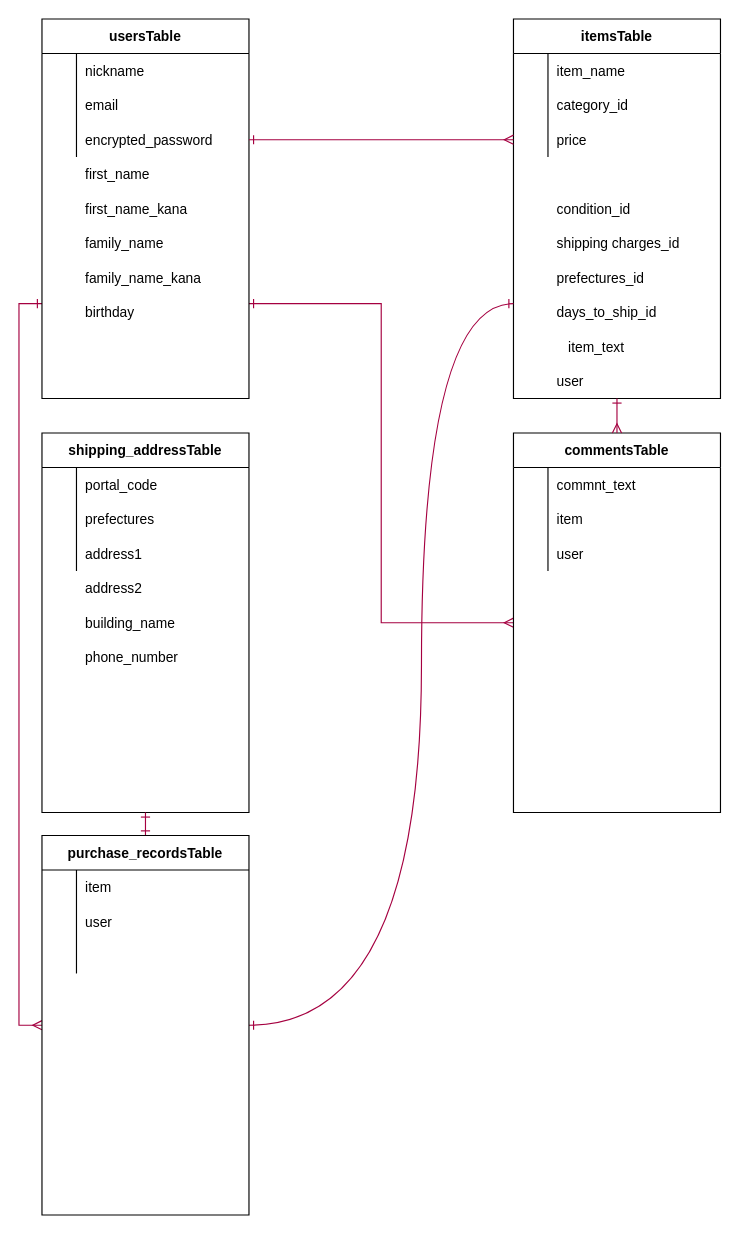
Earlier version of the draw.io diagram furima.dio (airatwn/furima-35426). Source tidied: cells renumbered, new cells numbered last; positions are measured from the earlier drawing's top-left corner, leaving out a move shared by most shapes. Both pictures are drawn from the tidied source at 115%, with x=0, y=0 at pixel (41, 18).
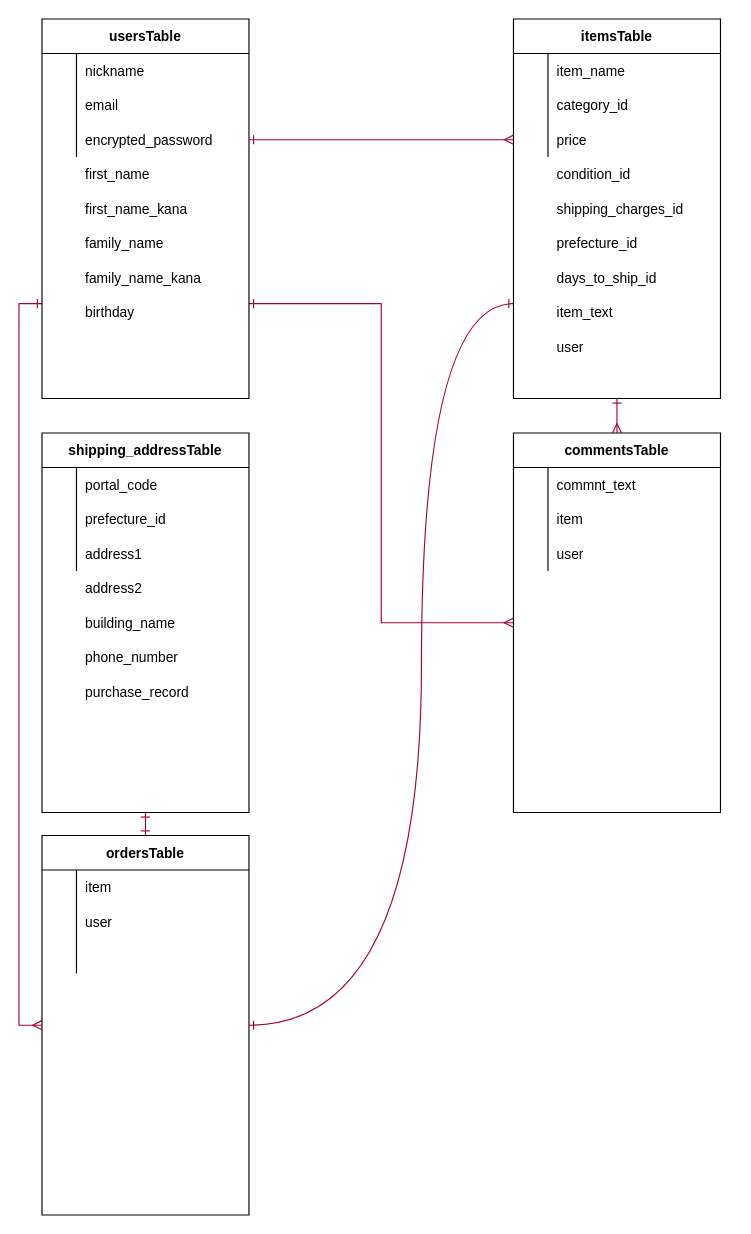
After the change.

Unchanged cells that the change refers to:
```xml
<mxCell id="17" style="group;" parent="1" vertex="1">
  <mxGeometry x="410" width="180" height="330" as="geometry" />
</mxCell>
<mxCell id="34" style="group;" parent="1" vertex="1">
  <mxGeometry y="360" width="180" height="330" as="geometry" />
</mxCell>
<mxCell id="39" style="shape=partialRectangle;fillColor=none;top=0;left=0;bottom=0;right=0;" parent="35" vertex="1">
  <mxGeometry y="60" width="180" height="30" as="geometry" />
</mxCell>
```

Change to the diagram source:
```diff
@@
     <mxCell id="28" value="condition_id" style="shape=partialRectangle;fillColor=none;top=0;left=0;bottom=0;right=0;align=left;spacingLeft=6;overflow=hidden;" parent="17" vertex="1">
-      <mxGeometry x="30" y="150" width="150" height="30" as="geometry" />
+      <mxGeometry x="30" y="120" width="150" height="30" as="geometry" />
     </mxCell>
     <mxCell id="29" value="item_text" style="shape=partialRectangle;fillColor=none;top=0;left=0;bottom=0;right=0;align=left;spacingLeft=6;overflow=hidden;" parent="17" vertex="1">
-      <mxGeometry x="40" y="270" width="150" height="30" as="geometry" />
+      <mxGeometry x="30" y="240" width="150" height="30" as="geometry" />
     </mxCell>
     <mxCell id="30" value="user" style="shape=partialRectangle;fillColor=none;top=0;left=0;bottom=0;right=0;align=left;spacingLeft=6;overflow=hidden;" parent="17" vertex="1">
-      <mxGeometry x="30" y="300" width="150" height="30" as="geometry" />
+      <mxGeometry x="30" y="270" width="150" height="30" as="geometry" />
     </mxCell>
-    <mxCell id="31" value="shipping charges_id" style="shape=partialRectangle;fillColor=none;top=0;left=0;bottom=0;right=0;align=left;spacingLeft=6;overflow=hidden;" parent="17" vertex="1">
-      <mxGeometry x="30" y="180" width="150" height="30" as="geometry" />
+    <mxCell id="31" value="shipping_charges_id" style="shape=partialRectangle;fillColor=none;top=0;left=0;bottom=0;right=0;align=left;spacingLeft=6;overflow=hidden;" parent="17" vertex="1">
+      <mxGeometry x="30" y="150" width="150" height="30" as="geometry" />
     </mxCell>
-    <mxCell id="32" value="prefectures_id" style="shape=partialRectangle;fillColor=none;top=0;left=0;bottom=0;right=0;align=left;spacingLeft=6;overflow=hidden;" parent="17" vertex="1">
-      <mxGeometry x="30" y="210" width="150" height="30" as="geometry" />
+    <mxCell id="32" value="prefecture_id" style="shape=partialRectangle;fillColor=none;top=0;left=0;bottom=0;right=0;align=left;spacingLeft=6;overflow=hidden;" parent="17" vertex="1">
+      <mxGeometry x="30" y="180" width="150" height="30" as="geometry" />
     </mxCell>
     <mxCell id="33" value="days_to_ship_id" style="shape=partialRectangle;fillColor=none;top=0;left=0;bottom=0;right=0;align=left;spacingLeft=6;overflow=hidden;" parent="17" vertex="1">
-      <mxGeometry x="30" y="240" width="150" height="30" as="geometry" />
+      <mxGeometry x="30" y="210" width="150" height="30" as="geometry" />
     </mxCell>
@@
-    <mxCell id="41" value="prefectures" style="shape=partialRectangle;fillColor=none;top=0;left=0;bottom=0;right=0;align=left;spacingLeft=6;overflow=hidden;" parent="39" vertex="1">
+    <mxCell id="41" value="prefecture_id" style="shape=partialRectangle;fillColor=none;top=0;left=0;bottom=0;right=0;align=left;spacingLeft=6;overflow=hidden;" parent="39" vertex="1">
       <mxGeometry x="30" width="150" height="30" as="geometry" />
     </mxCell>
@@
+    <mxCell id="77" value="purchase_record" style="shape=partialRectangle;fillColor=none;top=0;left=0;bottom=0;right=0;align=left;spacingLeft=6;overflow=hidden;" parent="34" vertex="1">
+      <mxGeometry x="30" y="210" width="150" height="30" as="geometry" />
+    </mxCell>
@@
-    <mxCell id="63" value="purchase_recordsTable" style="shape=table;startSize=30;childLayout=tableLayout;rowLines=0;fontStyle=1;align=center;" parent="1" vertex="1">
+    <mxCell id="63" value="ordersTable" style="shape=table;startSize=30;childLayout=tableLayout;rowLines=0;fontStyle=1;align=center;" parent="1" vertex="1">
       <mxGeometry y="710" width="180" height="330" as="geometry" />
     </mxCell>
```
